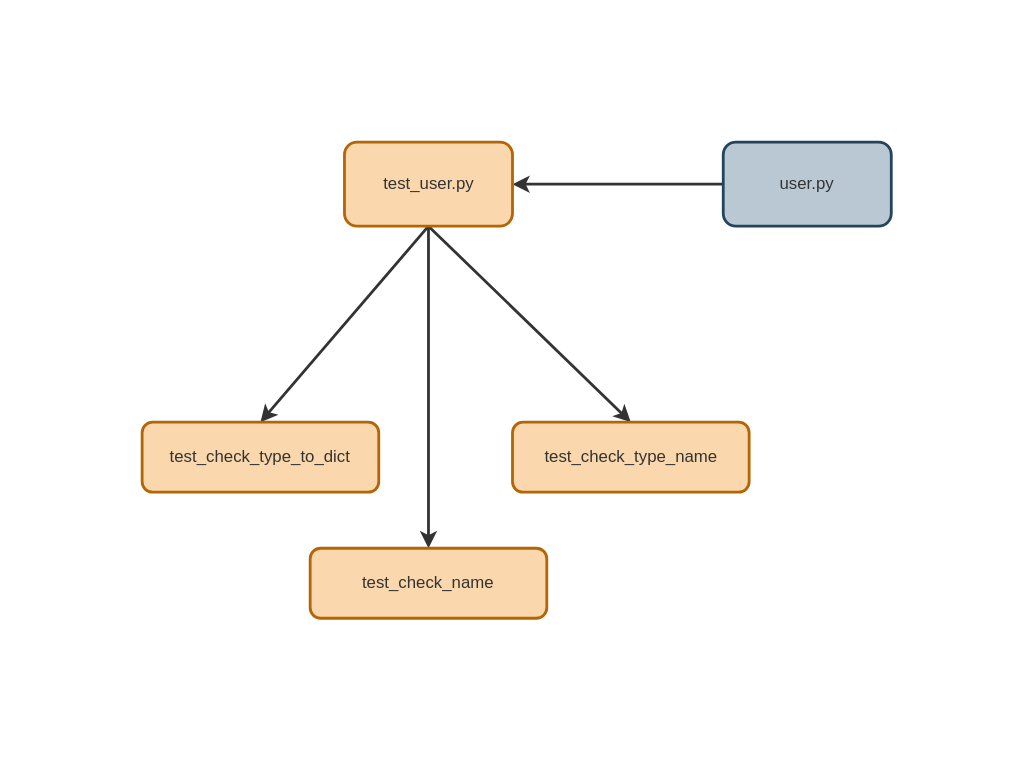
Above: documents/flow.drawio.svg in Franciscocpierna/cadastro (draw.io), before the change. Source tidied: cells renumbered, new cells last; positions are measured from the earlier drawing's top-left corner, leaving out a move shared by most shapes.
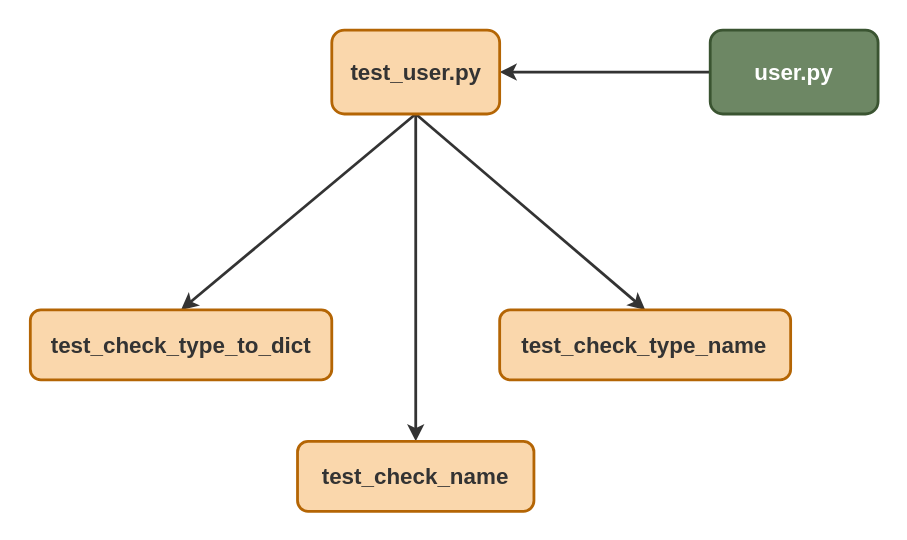
The same file after the commit.

Commit message:
Fluxograma formatado

The edit, as a diff of the source:
```diff
@@ -2,32 +2,32 @@
   <root>
     <mxCell id="0" />
     <mxCell id="1" parent="0" />
-    <mxCell id="2" style="edgeStyle=none;html=1;exitX=0;exitY=0.5;exitDx=0;exitDy=0;entryX=1;entryY=0.5;entryDx=0;entryDy=0;strokeWidth=2;strokeColor=#333333;" parent="1" edge="1" source="3" target="7">
+    <mxCell id="2" style="edgeStyle=none;html=1;exitX=0;exitY=0.5;exitDx=0;exitDy=0;entryX=1;entryY=0.5;entryDx=0;entryDy=0;strokeWidth=2;strokeColor=#333333;fontSize=16;" parent="1" edge="1" source="3" target="7">
       <mxGeometry relative="1" as="geometry" />
     </mxCell>
-    <mxCell id="3" value="user.py" style="rounded=1;whiteSpace=wrap;html=1;fillColor=#bac8d3;strokeColor=#23445d;fontColor=#333333;strokeWidth=2;" parent="1" vertex="1">
+    <mxCell id="3" value="user.py" style="rounded=1;whiteSpace=wrap;html=1;fillColor=#6d8764;strokeColor=#3A5431;strokeWidth=2;fontSize=16;fontColor=#ffffff;fontStyle=1;" parent="1" vertex="1">
       <mxGeometry x="415" width="120" height="60" as="geometry" />
     </mxCell>
-    <mxCell id="4" style="edgeStyle=none;html=1;entryX=0.5;entryY=0;entryDx=0;entryDy=0;exitX=0.5;exitY=1;exitDx=0;exitDy=0;strokeColor=#333333;strokeWidth=2;" parent="1" edge="1" source="7" target="8">
+    <mxCell id="4" style="edgeStyle=none;html=1;entryX=0.5;entryY=0;entryDx=0;entryDy=0;exitX=0.5;exitY=1;exitDx=0;exitDy=0;strokeColor=#333333;strokeWidth=2;fontSize=16;" parent="1" edge="1" source="7" target="8">
       <mxGeometry relative="1" as="geometry" />
     </mxCell>
-    <mxCell id="5" style="edgeStyle=none;html=1;exitX=0.5;exitY=1;exitDx=0;exitDy=0;entryX=0.5;entryY=0;entryDx=0;entryDy=0;strokeColor=#333333;strokeWidth=2;" parent="1" edge="1" source="7" target="9">
+    <mxCell id="5" style="edgeStyle=none;html=1;exitX=0.5;exitY=1;exitDx=0;exitDy=0;entryX=0.5;entryY=0;entryDx=0;entryDy=0;strokeColor=#333333;strokeWidth=2;fontSize=16;" parent="1" edge="1" source="7" target="9">
       <mxGeometry relative="1" as="geometry" />
     </mxCell>
-    <mxCell id="6" style="edgeStyle=none;html=1;exitX=0.5;exitY=1;exitDx=0;exitDy=0;entryX=0.5;entryY=0;entryDx=0;entryDy=0;strokeColor=#333333;strokeWidth=2;" parent="1" edge="1" source="7" target="10">
+    <mxCell id="6" style="edgeStyle=none;html=1;exitX=0.5;exitY=1;exitDx=0;exitDy=0;entryX=0.5;entryY=0;entryDx=0;entryDy=0;strokeColor=#333333;strokeWidth=2;fontSize=16;" parent="1" edge="1" source="7" target="10">
       <mxGeometry relative="1" as="geometry" />
     </mxCell>
-    <mxCell id="7" value="test_user.py" style="rounded=1;whiteSpace=wrap;html=1;fillColor=#fad7ac;strokeColor=#b46504;fontColor=#333333;strokeWidth=2;" parent="1" vertex="1">
+    <mxCell id="7" value="test_user.py" style="rounded=1;whiteSpace=wrap;html=1;fillColor=#fad7ac;strokeColor=#b46504;fontColor=#333333;strokeWidth=2;fontSize=16;fontStyle=1;" parent="1" vertex="1">
       <mxGeometry x="144.5" width="120" height="60" as="geometry" />
     </mxCell>
-    <mxCell id="8" value="test_check_type_to_dict" style="rounded=1;whiteSpace=wrap;html=1;fillColor=#fad7ac;strokeColor=#b46504;fontColor=#333333;strokeWidth=2;" parent="1" vertex="1">
-      <mxGeometry y="200" width="169" height="50" as="geometry" />
+    <mxCell id="8" value="test_check_type_to_dict" style="rounded=1;whiteSpace=wrap;html=1;fillColor=#fad7ac;strokeColor=#b46504;fontColor=#333333;strokeWidth=2;fontSize=16;fontStyle=1;" parent="1" vertex="1">
+      <mxGeometry x="-71" y="200" width="215.5" height="50" as="geometry" />
     </mxCell>
-    <mxCell id="9" value="test_check_type_name" style="rounded=1;whiteSpace=wrap;html=1;fillColor=#fad7ac;strokeColor=#b46504;fontColor=#333333;strokeWidth=2;" parent="1" vertex="1">
-      <mxGeometry x="264.5" y="200" width="169" height="50" as="geometry" />
+    <mxCell id="9" value="test_check_type_name" style="rounded=1;whiteSpace=wrap;html=1;fillColor=#fad7ac;strokeColor=#b46504;fontColor=#333333;strokeWidth=2;fontSize=16;fontStyle=1;" parent="1" vertex="1">
+      <mxGeometry x="264.5" y="200" width="208" height="50" as="geometry" />
     </mxCell>
-    <mxCell id="10" value="test_check_name" style="rounded=1;whiteSpace=wrap;html=1;fillColor=#fad7ac;strokeColor=#b46504;fontColor=#333333;strokeWidth=2;" parent="1" vertex="1">
-      <mxGeometry x="120" y="290" width="169" height="50" as="geometry" />
+    <mxCell id="10" value="test_check_name" style="rounded=1;whiteSpace=wrap;html=1;fillColor=#fad7ac;strokeColor=#b46504;fontColor=#333333;strokeWidth=2;fontSize=16;fontStyle=1;" parent="1" vertex="1">
+      <mxGeometry x="120" y="294" width="169" height="50" as="geometry" />
     </mxCell>
   </root>
 </mxGraphModel>
```
